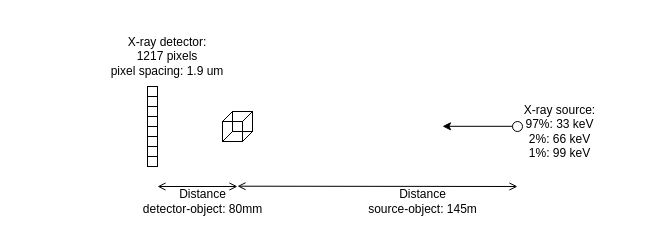
This is 3d_scene.drawio from effepivi/CT2CAD-Fibres, a draw.io file, before an edit. Source tidied: cells renumbered, new cells numbered last; positions are measured from the earlier drawing's top-left corner, leaving out a move shared by most shapes. Both pictures are drawn from the tidied source at 100%, with x=0, y=0 at pixel (107, 46).
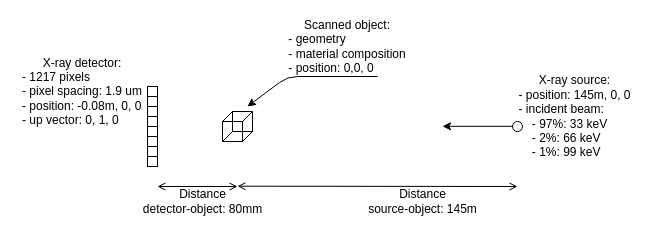
The same page after the edit.

What changed in the source:
```diff
@@
-    <mxCell id="4" value="&lt;div&gt;X-ray detector:&lt;/div&gt;&lt;div&gt;1217 pixels&lt;/div&gt;&lt;div&gt;pixel spacing: 1.9 um&lt;br&gt;&lt;/div&gt;" style="text;html=1;strokeColor=none;fillColor=none;align=center;verticalAlign=middle;whiteSpace=wrap;rounded=0;" parent="1" vertex="1">
-      <mxGeometry width="120" height="20" as="geometry" />
+    <mxCell id="4" value="&lt;div&gt;X-ray detector:&lt;/div&gt;&lt;div align=&quot;left&quot;&gt;- 1217 pixels&lt;/div&gt;&lt;div align=&quot;left&quot;&gt;- pixel spacing: 1.9 um&lt;/div&gt;&lt;div align=&quot;left&quot;&gt;- position: -0.08m, 0, 0&lt;/div&gt;&lt;div align=&quot;left&quot;&gt;- up vector: 0, 1, 0&lt;br&gt;&lt;/div&gt;" style="text;html=1;strokeColor=none;fillColor=none;align=center;verticalAlign=middle;whiteSpace=wrap;rounded=0;" parent="1" vertex="1">
+      <mxGeometry x="-90" y="35" width="130" height="20" as="geometry" />
     </mxCell>
@@
-    <mxCell id="25" value="&lt;div&gt;X-ray source:&lt;/div&gt;&lt;div&gt;97%: 33 keV&lt;/div&gt;&lt;div&gt;2%: 66 keV&lt;/div&gt;&lt;div&gt;1%: 99 keV&lt;br&gt;&lt;/div&gt;" style="text;html=1;strokeColor=none;fillColor=none;align=center;verticalAlign=middle;whiteSpace=wrap;rounded=0;" parent="1" vertex="1">
-      <mxGeometry x="415" y="75" width="75" height="20" as="geometry" />
+    <mxCell id="25" value="&lt;div&gt;X-ray source:&lt;/div&gt;&lt;div align=&quot;left&quot;&gt;- position: 145m, 0, 0&lt;br&gt;&lt;/div&gt;&lt;div align=&quot;left&quot;&gt;- incident beam:&lt;br&gt;&lt;/div&gt;&lt;div align=&quot;left&quot;&gt;&amp;nbsp;&amp;nbsp;&amp;nbsp; - 97%: 33 keV&lt;/div&gt;&lt;div align=&quot;left&quot;&gt;&amp;nbsp;&amp;nbsp;&amp;nbsp; - 2%: 66 keV&lt;/div&gt;&lt;div align=&quot;left&quot;&gt;&amp;nbsp;&amp;nbsp;&amp;nbsp; - 1%: 99 keV&lt;br&gt;&lt;/div&gt;" style="text;html=1;strokeColor=none;fillColor=none;align=center;verticalAlign=middle;whiteSpace=wrap;rounded=0;" parent="1" vertex="1">
+      <mxGeometry x="390" y="60" width="155" height="20" as="geometry" />
     </mxCell>
+    <mxCell id="26" style="endArrow=classic;html=1;" parent="1" edge="1">
+      <mxGeometry relative="1" as="geometry">
+        <mxPoint x="270" y="30" as="sourcePoint" />
+        <mxPoint x="140" y="60" as="targetPoint" />
+        <Array as="points">
+          <mxPoint x="180" y="30" />
+        </Array>
+      </mxGeometry>
+    </mxCell>
+    <mxCell id="27" value="&lt;div&gt;Scanned object:&lt;/div&gt;&lt;div align=&quot;left&quot;&gt;- geometry&lt;/div&gt;&lt;div align=&quot;left&quot;&gt;- material composition&lt;br&gt;&lt;/div&gt;&lt;div align=&quot;left&quot;&gt;- position: 0,0, 0&lt;br&gt;&lt;/div&gt;" style="text;html=1;strokeColor=none;fillColor=none;align=center;verticalAlign=middle;whiteSpace=wrap;rounded=0;" parent="1" vertex="1">
+      <mxGeometry x="180" y="-10" width="120" height="20" as="geometry" />
+    </mxCell>
```
